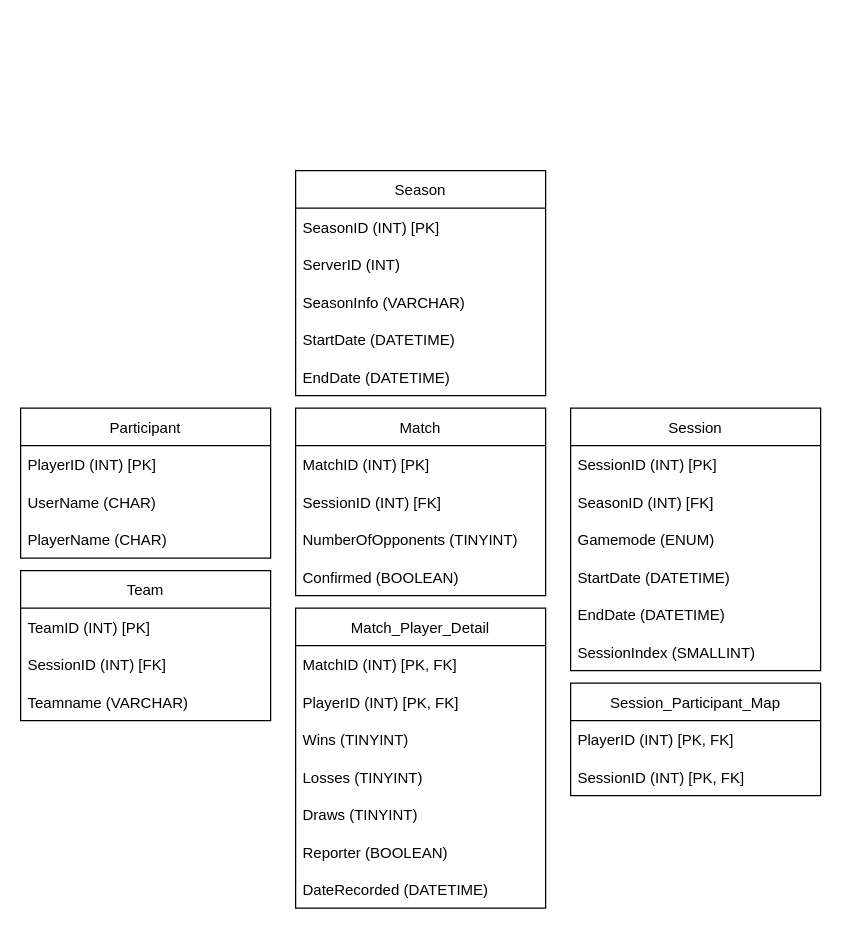
SpencerRSMS/TourneyBot keeps this draw.io diagram as TourneyBotDB.drawio. Above is the earlier version. Source tidied: cells renumbered, new cells numbered last; positions are measured from the earlier drawing's top-left corner, leaving out a move shared by most shapes. Both pictures are drawn from the tidied source at 125%, with x=0, y=0 at pixel (20, 170).
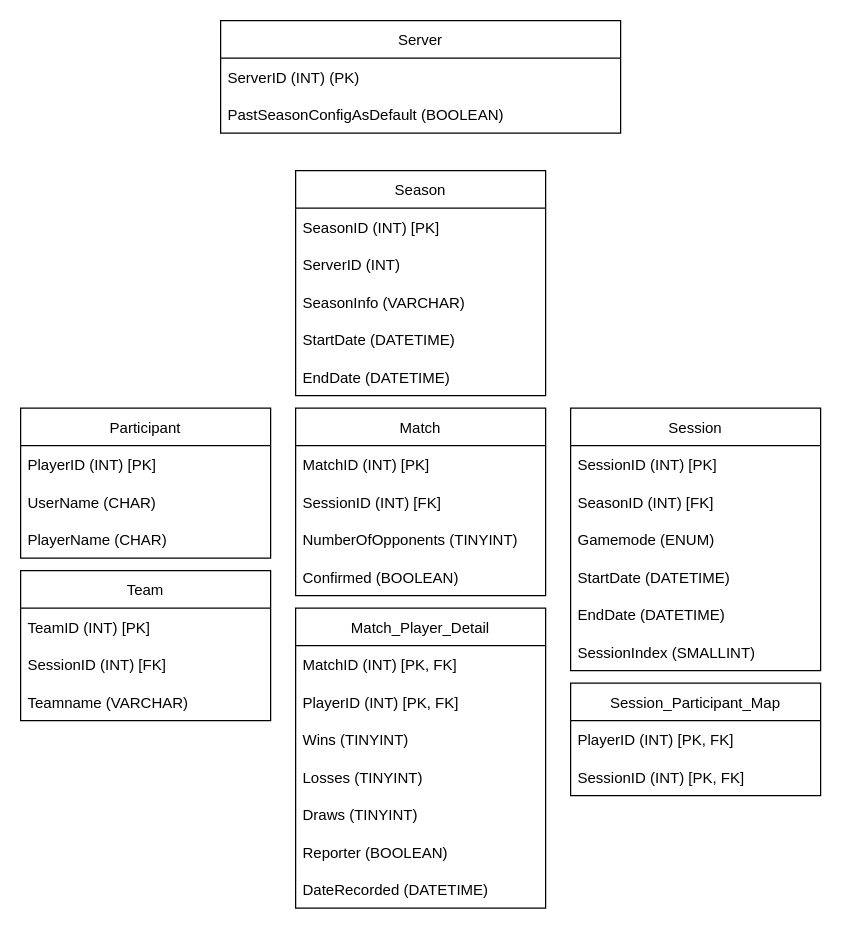
After the change.

Commit message:
Added back server table (realized configurations can be saved this way)

The edit, as a diff of the source:
```diff
@@
+    <mxCell id="39" value="Server" style="swimlane;fontStyle=0;horizontal=1;startSize=30;" parent="1" vertex="1">
+      <mxGeometry x="160" y="-120" width="320" height="90" as="geometry" />
+    </mxCell>
+    <mxCell id="40" value="ServerID (INT) (PK)" style="text;strokeColor=none;fillColor=none;align=left;verticalAlign=middle;spacingLeft=4;spacingRight=4;overflow=hidden;" parent="39" vertex="1">
+      <mxGeometry y="30" width="320" height="30" as="geometry" />
+    </mxCell>
+    <mxCell id="41" value="PastSeasonConfigAsDefault (BOOLEAN)" style="text;strokeColor=none;fillColor=none;align=left;verticalAlign=middle;spacingLeft=4;spacingRight=4;overflow=hidden;" parent="39" vertex="1">
+      <mxGeometry y="60" width="320" height="30" as="geometry" />
+    </mxCell>
```
